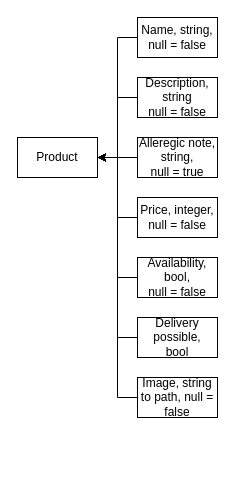
JianDk/HD_website keeps this draw.io diagram as Untitled Diagram.drawio. Above is the earlier version. Source tidied: cells renumbered, new cells numbered last; positions are measured from the earlier drawing's top-left corner, leaving out a move shared by most shapes. Both pictures are drawn from the tidied source at 100%, with x=0, y=0 at pixel (17, 17).
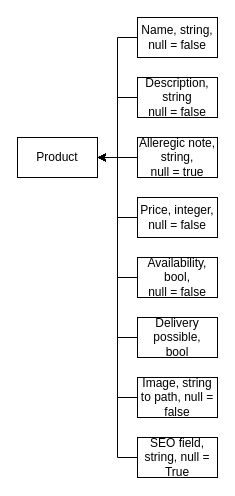
The same page after the edit.

The change refers to these unchanged cells:
```xml
<mxCell id="2" value="Product" style="rounded=0;whiteSpace=wrap;html=1;" parent="1" vertex="1">
  <mxGeometry y="120" width="80" height="40" as="geometry" />
</mxCell>
```

What changed in the source:
```diff
@@
+    <mxCell id="17" style="edgeStyle=orthogonalEdgeStyle;rounded=0;jettySize=auto;html=1;entryX=1;entryY=0.5;entryDx=0;entryDy=0;" parent="1" edge="1" source="18" target="2">
+      <mxGeometry relative="1" as="geometry" />
+    </mxCell>
+    <mxCell id="18" value="SEO field, string, null = True" style="rounded=0;whiteSpace=wrap;html=1;" parent="1" vertex="1">
+      <mxGeometry x="120" y="420" width="80" height="40" as="geometry" />
+    </mxCell>
```
